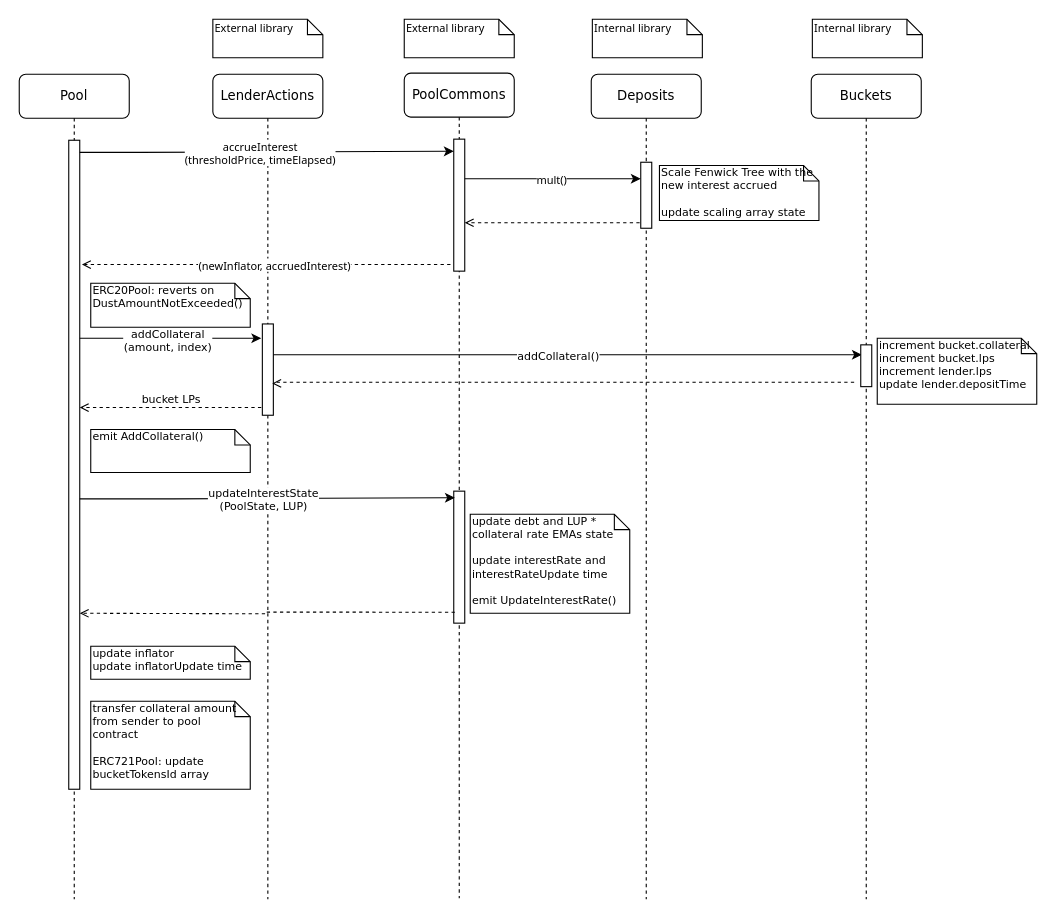
Earlier version of the draw.io diagram docs/drawio/addCollateral.drawio (ajna-finance/ajna-core). Source tidied: cells renumbered, new cells numbered last; positions are measured from the earlier drawing's top-left corner, leaving out a move shared by most shapes. Both pictures are drawn from the tidied source at 110%, with x=0, y=0 at pixel (19, 19).
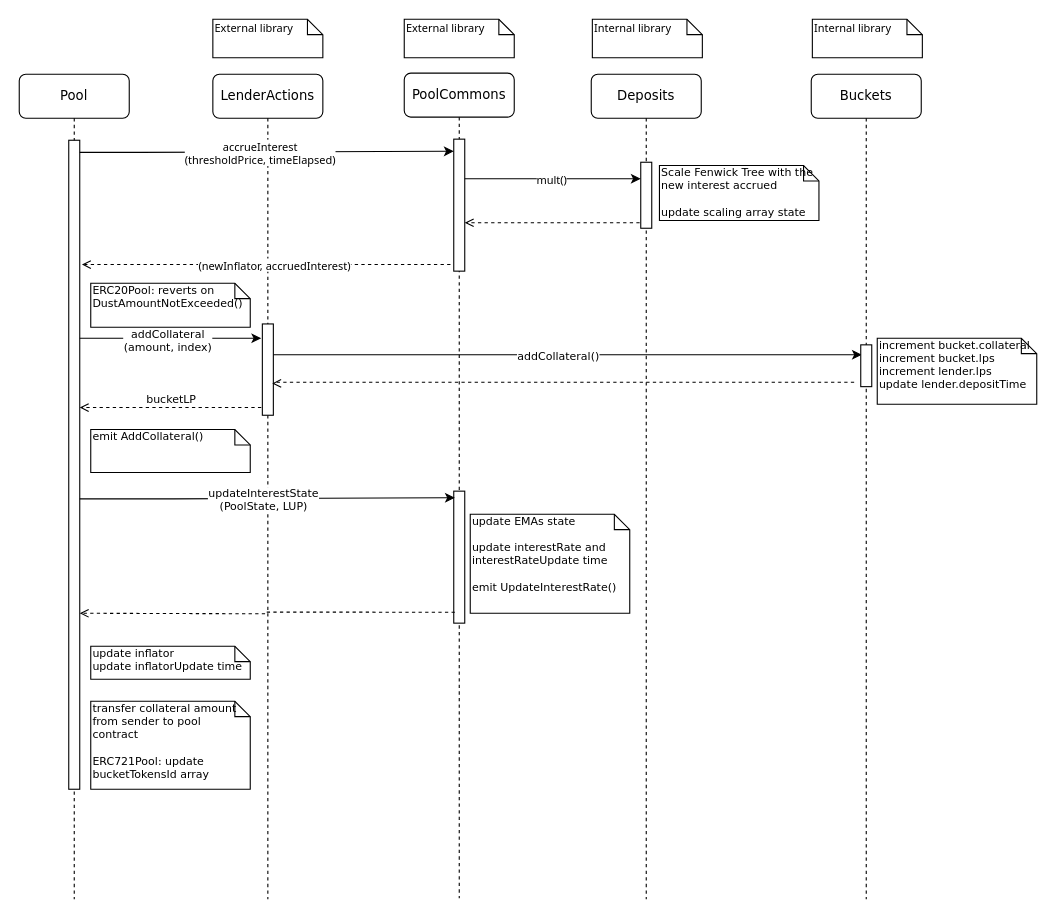
After the change.

What changed in the source:
```diff
@@
-    <mxCell id="31" value="&lt;div&gt;update debt and LUP * collateral rate EMAs state&lt;/div&gt;&lt;div&gt;&lt;br&gt;&lt;/div&gt;&lt;div&gt;update interestRate and interestRateUpdate time&lt;br&gt;&lt;/div&gt;&lt;div&gt;&lt;br&gt;&lt;/div&gt;&lt;div&gt;emit UpdateInterestRate()&lt;br&gt;&lt;/div&gt;" style="shape=note;whiteSpace=wrap;html=1;size=14;verticalAlign=top;align=left;spacingTop=-6;rounded=0;shadow=0;comic=0;labelBackgroundColor=none;strokeWidth=1;fontFamily=Verdana;fontSize=10;" parent="1" vertex="1">
+    <mxCell id="31" value="&lt;div&gt;update EMAs state&lt;/div&gt;&lt;div&gt;&lt;br&gt;&lt;/div&gt;&lt;div&gt;update interestRate and interestRateUpdate time&lt;br&gt;&lt;/div&gt;&lt;div&gt;&lt;br&gt;&lt;/div&gt;&lt;div&gt;emit UpdateInterestRate()&lt;br&gt;&lt;/div&gt;" style="shape=note;whiteSpace=wrap;html=1;size=14;verticalAlign=top;align=left;spacingTop=-6;rounded=0;shadow=0;comic=0;labelBackgroundColor=none;strokeWidth=1;fontFamily=Verdana;fontSize=10;" parent="1" vertex="1">
       <mxGeometry x="410" y="450" width="145" height="90" as="geometry" />
     </mxCell>
@@
-    <mxCell id="40" value="bucket LPs" style="edgeLabel;html=1;align=center;verticalAlign=middle;fontSize=10;fontFamily=Verdana;" parent="1" vertex="1">
+    <mxCell id="40" value="bucketLP" style="edgeLabel;html=1;align=center;verticalAlign=middle;fontSize=10;fontFamily=Verdana;" parent="1" vertex="1">
       <mxGeometry x="127.5" y="354" as="geometry">
         <mxPoint x="10" y="-10" as="offset" />
       </mxGeometry>
     </mxCell>
```
